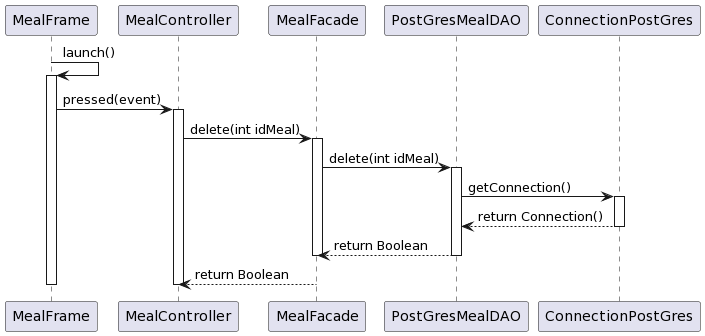
This is diagrammes/Meal/sequence-meal-delete.png from thmsfnr/Simplify, a PlantUML export, as it was before one commit. Its diagram source:
```plantuml
@startuml
MealFrame -> MealFrame : launch()
activate MealFrame

MealFrame -> MealController: pressed(event)
activate MealController

MealController -> MealFacade: delete(int idMeal)
activate MealFacade

MealFacade -> PostGresMealDAO : delete(int idMeal)
activate PostGresMealDAO

PostGresMealDAO -> ConnectionPostGres : getConnection()
activate ConnectionPostGres
ConnectionPostGres --> PostGresMealDAO : return Connection()
deactivate ConnectionPostGres
PostGresMealDAO --> MealFacade : return Boolean
deactivate PostGresMealDAO
deactivate MealFacade

MealFacade --> MealController : return Boolean
deactivate MealController
deactivate MealFrame
@enduml
```
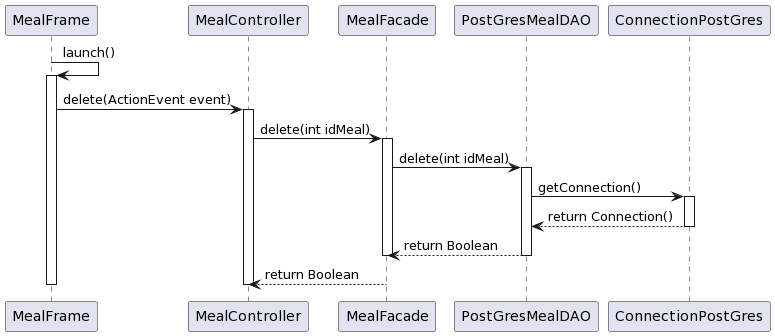
After the commit.

Commit message:
correction diagramme classe et sequence meal

Change to the diagram source:
```diff
@@ -2,7 +2,7 @@
 MealFrame -> MealFrame : launch()
 activate MealFrame
 
-MealFrame -> MealController: pressed(event)
+MealFrame -> MealController: delete(ActionEvent event)
 activate MealController
 
 MealController -> MealFacade: delete(int idMeal)
```
